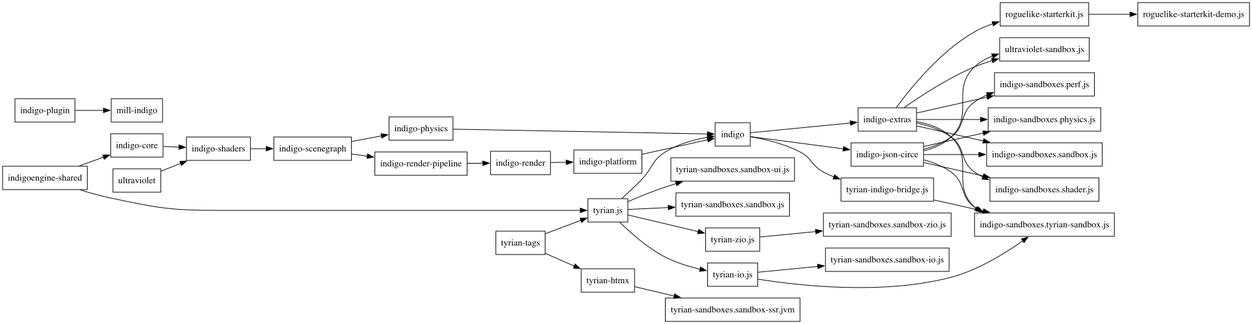
Earlier version of the Graphviz export diagrams/indigoengine.png (PurpleKingdomGames/indigoengine). Its source is kept beside it as diagrams/indigoengine.dot.
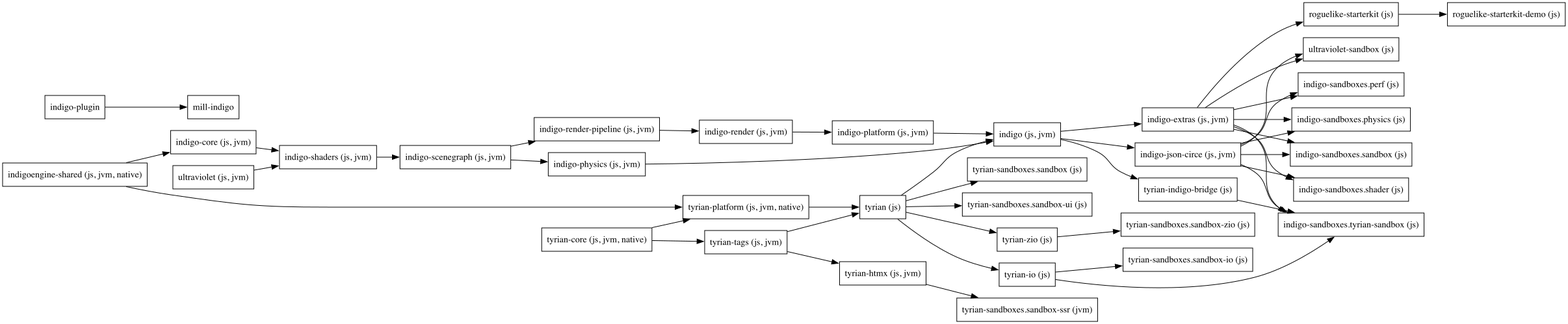
The same diagram one commit later.

Commit message:
Diagram script updated to support native modules

What changed in the source:
```diff
@@ -1,77 +1,82 @@
 digraph "module-deps" {
   graph ["rankdir"="LR"]
-  "indigo" ["style"="solid","shape"="box"]
-  "indigo-core" ["style"="solid","shape"="box"]
-  "indigo-extras" ["style"="solid","shape"="box"]
-  "indigo-json-circe" ["style"="solid","shape"="box"]
-  "indigo-physics" ["style"="solid","shape"="box"]
-  "indigo-platform" ["style"="solid","shape"="box"]
+  "indigo (js, jvm)" ["style"="solid","shape"="box"]
+  "indigo-core (js, jvm)" ["style"="solid","shape"="box"]
+  "indigo-extras (js, jvm)" ["style"="solid","shape"="box"]
+  "indigo-json-circe (js, jvm)" ["style"="solid","shape"="box"]
+  "indigo-physics (js, jvm)" ["style"="solid","shape"="box"]
+  "indigo-platform (js, jvm)" ["style"="solid","shape"="box"]
   "indigo-plugin" ["style"="solid","shape"="box"]
-  "indigo-render" ["style"="solid","shape"="box"]
-  "indigo-render-pipeline" ["style"="solid","shape"="box"]
-  "indigo-sandboxes.perf.js" ["style"="solid","shape"="box"]
-  "indigo-sandboxes.physics.js" ["style"="solid","shape"="box"]
-  "indigo-sandboxes.sandbox.js" ["style"="solid","shape"="box"]
-  "indigo-sandboxes.shader.js" ["style"="solid","shape"="box"]
-  "indigo-sandboxes.tyrian-sandbox.js" ["style"="solid","shape"="box"]
-  "indigo-scenegraph" ["style"="solid","shape"="box"]
-  "indigo-shaders" ["style"="solid","shape"="box"]
-  "indigoengine-shared" ["style"="solid","shape"="box"]
+  "indigo-render (js, jvm)" ["style"="solid","shape"="box"]
+  "indigo-render-pipeline (js, jvm)" ["style"="solid","shape"="box"]
+  "indigo-sandboxes.perf (js)" ["style"="solid","shape"="box"]
+  "indigo-sandboxes.physics (js)" ["style"="solid","shape"="box"]
+  "indigo-sandboxes.sandbox (js)" ["style"="solid","shape"="box"]
+  "indigo-sandboxes.shader (js)" ["style"="solid","shape"="box"]
+  "indigo-sandboxes.tyrian-sandbox (js)" ["style"="solid","shape"="box"]
+  "indigo-scenegraph (js, jvm)" ["style"="solid","shape"="box"]
+  "indigo-shaders (js, jvm)" ["style"="solid","shape"="box"]
+  "indigoengine-shared (js, jvm, native)" ["style"="solid","shape"="box"]
   "mill-indigo" ["style"="solid","shape"="box"]
-  "roguelike-starterkit-demo.js" ["style"="solid","shape"="box"]
-  "roguelike-starterkit.js" ["style"="solid","shape"="box"]
-  "tyrian-htmx" ["style"="solid","shape"="box"]
-  "tyrian-indigo-bridge.js" ["style"="solid","shape"="box"]
-  "tyrian-io.js" ["style"="solid","shape"="box"]
-  "tyrian-sandboxes.sandbox-io.js" ["style"="solid","shape"="box"]
-  "tyrian-sandboxes.sandbox-ssr.jvm" ["style"="solid","shape"="box"]
-  "tyrian-sandboxes.sandbox-ui.js" ["style"="solid","shape"="box"]
-  "tyrian-sandboxes.sandbox-zio.js" ["style"="solid","shape"="box"]
-  "tyrian-sandboxes.sandbox.js" ["style"="solid","shape"="box"]
-  "tyrian-tags" ["style"="solid","shape"="box"]
-  "tyrian-zio.js" ["style"="solid","shape"="box"]
-  "tyrian.js" ["style"="solid","shape"="box"]
-  "ultraviolet" ["style"="solid","shape"="box"]
-  "ultraviolet-sandbox.js" ["style"="solid","shape"="box"]
-  "indigo" -> "indigo-extras"
-  "indigo" -> "indigo-json-circe"
-  "indigo" -> "tyrian-indigo-bridge.js"
-  "indigo-core" -> "indigo-shaders"
-  "indigo-extras" -> "indigo-sandboxes.perf.js"
-  "indigo-extras" -> "indigo-sandboxes.physics.js"
-  "indigo-extras" -> "indigo-sandboxes.sandbox.js"
-  "indigo-extras" -> "indigo-sandboxes.shader.js"
-  "indigo-extras" -> "indigo-sandboxes.tyrian-sandbox.js"
-  "indigo-extras" -> "roguelike-starterkit.js"
-  "indigo-extras" -> "ultraviolet-sandbox.js"
-  "indigo-json-circe" -> "indigo-sandboxes.perf.js"
-  "indigo-json-circe" -> "indigo-sandboxes.physics.js"
-  "indigo-json-circe" -> "indigo-sandboxes.sandbox.js"
-  "indigo-json-circe" -> "indigo-sandboxes.shader.js"
-  "indigo-json-circe" -> "indigo-sandboxes.tyrian-sandbox.js"
-  "indigo-json-circe" -> "ultraviolet-sandbox.js"
-  "indigo-physics" -> "indigo"
-  "indigo-platform" -> "indigo"
+  "roguelike-starterkit (js)" ["style"="solid","shape"="box"]
+  "roguelike-starterkit-demo (js)" ["style"="solid","shape"="box"]
+  "tyrian (js)" ["style"="solid","shape"="box"]
+  "tyrian-core (js, jvm, native)" ["style"="solid","shape"="box"]
+  "tyrian-htmx (js, jvm)" ["style"="solid","shape"="box"]
+  "tyrian-indigo-bridge (js)" ["style"="solid","shape"="box"]
+  "tyrian-io (js)" ["style"="solid","shape"="box"]
+  "tyrian-platform (js, jvm, native)" ["style"="solid","shape"="box"]
+  "tyrian-sandboxes.sandbox (js)" ["style"="solid","shape"="box"]
+  "tyrian-sandboxes.sandbox-io (js)" ["style"="solid","shape"="box"]
+  "tyrian-sandboxes.sandbox-ssr (jvm)" ["style"="solid","shape"="box"]
+  "tyrian-sandboxes.sandbox-ui (js)" ["style"="solid","shape"="box"]
+  "tyrian-sandboxes.sandbox-zio (js)" ["style"="solid","shape"="box"]
+  "tyrian-tags (js, jvm)" ["style"="solid","shape"="box"]
+  "tyrian-zio (js)" ["style"="solid","shape"="box"]
+  "ultraviolet (js, jvm)" ["style"="solid","shape"="box"]
+  "ultraviolet-sandbox (js)" ["style"="solid","shape"="box"]
+  "indigo (js, jvm)" -> "indigo-extras (js, jvm)"
+  "indigo (js, jvm)" -> "indigo-json-circe (js, jvm)"
+  "indigo (js, jvm)" -> "tyrian-indigo-bridge (js)"
+  "indigo-core (js, jvm)" -> "indigo-shaders (js, jvm)"
+  "indigo-extras (js, jvm)" -> "indigo-sandboxes.perf (js)"
+  "indigo-extras (js, jvm)" -> "indigo-sandboxes.physics (js)"
+  "indigo-extras (js, jvm)" -> "indigo-sandboxes.sandbox (js)"
+  "indigo-extras (js, jvm)" -> "indigo-sandboxes.shader (js)"
+  "indigo-extras (js, jvm)" -> "indigo-sandboxes.tyrian-sandbox (js)"
+  "indigo-extras (js, jvm)" -> "roguelike-starterkit (js)"
+  "indigo-extras (js, jvm)" -> "ultraviolet-sandbox (js)"
+  "indigo-json-circe (js, jvm)" -> "indigo-sandboxes.perf (js)"
+  "indigo-json-circe (js, jvm)" -> "indigo-sandboxes.physics (js)"
+  "indigo-json-circe (js, jvm)" -> "indigo-sandboxes.sandbox (js)"
+  "indigo-json-circe (js, jvm)" -> "indigo-sandboxes.shader (js)"
+  "indigo-json-circe (js, jvm)" -> "indigo-sandboxes.tyrian-sandbox (js)"
+  "indigo-json-circe (js, jvm)" -> "ultraviolet-sandbox (js)"
+  "indigo-physics (js, jvm)" -> "indigo (js, jvm)"
+  "indigo-platform (js, jvm)" -> "indigo (js, jvm)"
   "indigo-plugin" -> "mill-indigo"
-  "indigo-render" -> "indigo-platform"
-  "indigo-render-pipeline" -> "indigo-render"
-  "indigo-scenegraph" -> "indigo-physics"
-  "indigo-scenegraph" -> "indigo-render-pipeline"
-  "indigo-shaders" -> "indigo-scenegraph"
-  "indigoengine-shared" -> "indigo-core"
-  "indigoengine-shared" -> "tyrian.js"
-  "roguelike-starterkit.js" -> "roguelike-starterkit-demo.js"
-  "tyrian-htmx" -> "tyrian-sandboxes.sandbox-ssr.jvm"
-  "tyrian-indigo-bridge.js" -> "indigo-sandboxes.tyrian-sandbox.js"
-  "tyrian-io.js" -> "indigo-sandboxes.tyrian-sandbox.js"
-  "tyrian-io.js" -> "tyrian-sandboxes.sandbox-io.js"
-  "tyrian-tags" -> "tyrian-htmx"
-  "tyrian-tags" -> "tyrian.js"
-  "tyrian-zio.js" -> "tyrian-sandboxes.sandbox-zio.js"
-  "tyrian.js" -> "indigo"
-  "tyrian.js" -> "tyrian-io.js"
-  "tyrian.js" -> "tyrian-sandboxes.sandbox-ui.js"
-  "tyrian.js" -> "tyrian-sandboxes.sandbox.js"
-  "tyrian.js" -> "tyrian-zio.js"
-  "ultraviolet" -> "indigo-shaders"
+  "indigo-render (js, jvm)" -> "indigo-platform (js, jvm)"
+  "indigo-render-pipeline (js, jvm)" -> "indigo-render (js, jvm)"
+  "indigo-scenegraph (js, jvm)" -> "indigo-physics (js, jvm)"
+  "indigo-scenegraph (js, jvm)" -> "indigo-render-pipeline (js, jvm)"
+  "indigo-shaders (js, jvm)" -> "indigo-scenegraph (js, jvm)"
+  "indigoengine-shared (js, jvm, native)" -> "indigo-core (js, jvm)"
+  "indigoengine-shared (js, jvm, native)" -> "tyrian-platform (js, jvm, native)"
+  "roguelike-starterkit (js)" -> "roguelike-starterkit-demo (js)"
+  "tyrian (js)" -> "indigo (js, jvm)"
+  "tyrian (js)" -> "tyrian-io (js)"
+  "tyrian (js)" -> "tyrian-sandboxes.sandbox (js)"
+  "tyrian (js)" -> "tyrian-sandboxes.sandbox-ui (js)"
+  "tyrian (js)" -> "tyrian-zio (js)"
+  "tyrian-core (js, jvm, native)" -> "tyrian-platform (js, jvm, native)"
+  "tyrian-core (js, jvm, native)" -> "tyrian-tags (js, jvm)"
+  "tyrian-htmx (js, jvm)" -> "tyrian-sandboxes.sandbox-ssr (jvm)"
+  "tyrian-indigo-bridge (js)" -> "indigo-sandboxes.tyrian-sandbox (js)"
+  "tyrian-io (js)" -> "indigo-sandboxes.tyrian-sandbox (js)"
+  "tyrian-io (js)" -> "tyrian-sandboxes.sandbox-io (js)"
+  "tyrian-platform (js, jvm, native)" -> "tyrian (js)"
+  "tyrian-tags (js, jvm)" -> "tyrian (js)"
+  "tyrian-tags (js, jvm)" -> "tyrian-htmx (js, jvm)"
+  "tyrian-zio (js)" -> "tyrian-sandboxes.sandbox-zio (js)"
+  "ultraviolet (js, jvm)" -> "indigo-shaders (js, jvm)"
 }
```
